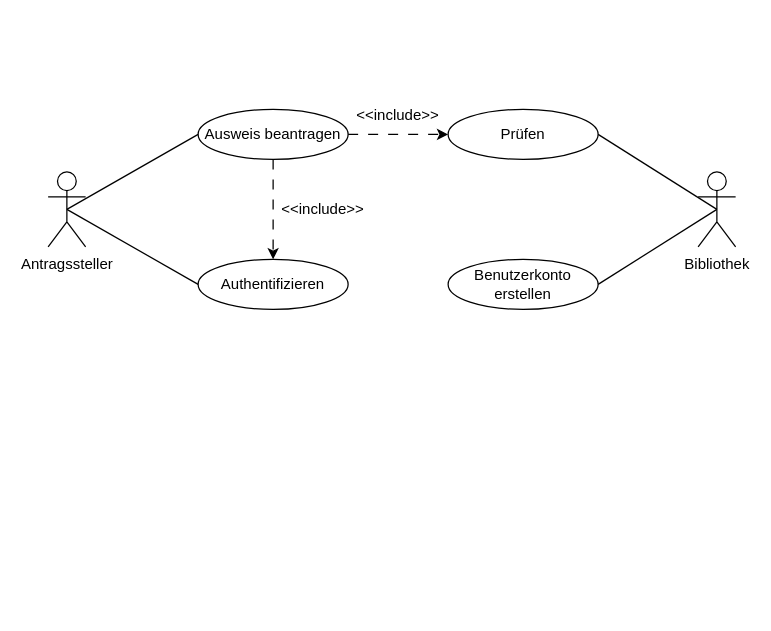
The draw.io diagram UseCaseDiagram.drawio in isjxn/drawio, before the edit. Source tidied: cells renumbered, new cells numbered last; positions are measured from the earlier drawing's top-left corner, leaving out a move shared by most shapes. Both pictures are drawn from the tidied source at 125%, with x=0, y=0 at pixel (48, 96).
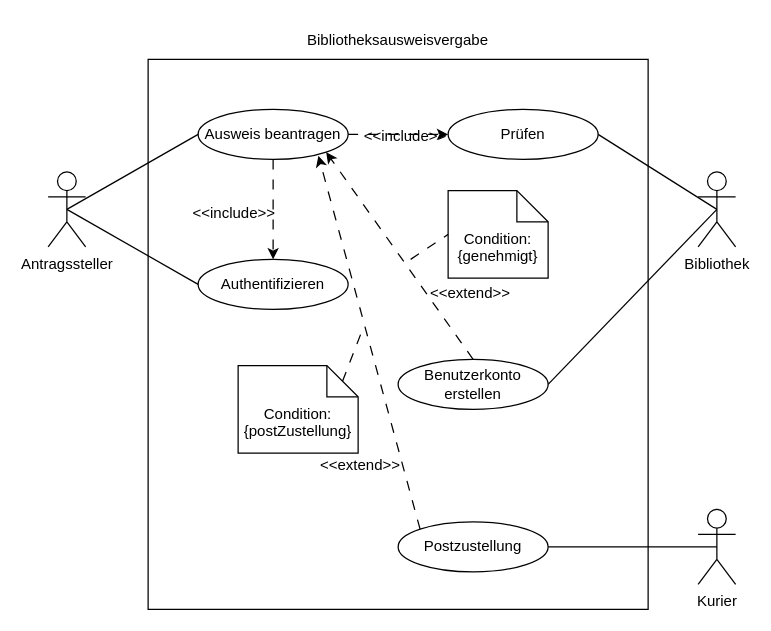
The same diagram, later.

Unchanged cells that the change refers to:
```xml
<mxCell id="3" value="Ausweis beantragen" style="ellipse;whiteSpace=wrap;html=1;" parent="1" vertex="1">
  <mxGeometry x="120" y="10" width="120" height="40" as="geometry" />
</mxCell>
```

Diff of the diagram source:
```diff
@@
+    <mxCell id="16" style="rounded=0;whiteSpace=wrap;html=1;fillColor=default;" parent="1" vertex="1">
+      <mxGeometry x="80" y="-30" width="400" height="440" as="geometry" />
+    </mxCell>
@@
     <mxCell id="8" value="&amp;lt;&amp;lt;include&amp;gt;&amp;gt;" style="text;html=1;align=center;verticalAlign=middle;whiteSpace=wrap;rounded=0;" parent="1" vertex="1">
-      <mxGeometry x="190" y="75" width="60" height="30" as="geometry" />
+      <mxGeometry x="119" y="78" width="60" height="30" as="geometry" />
     </mxCell>
@@
-    <mxCell id="11" value="&amp;lt;&amp;lt;include&amp;gt;&amp;gt;" style="text;html=1;align=center;verticalAlign=middle;whiteSpace=wrap;rounded=0;" parent="1" vertex="1">
-      <mxGeometry x="250" width="60" height="30" as="geometry" />
+    <mxCell id="11" value="Bibliotheksausweisvergabe" style="text;html=1;align=center;verticalAlign=middle;whiteSpace=wrap;rounded=0;" parent="1" vertex="1">
+      <mxGeometry x="80" y="-60" width="400" height="30" as="geometry" />
     </mxCell>
@@
     <mxCell id="14" value="Benutzerkonto erstellen" style="ellipse;whiteSpace=wrap;html=1;" parent="1" vertex="1">
-      <mxGeometry x="320" y="130" width="120" height="40" as="geometry" />
+      <mxGeometry x="280" y="210" width="120" height="40" as="geometry" />
     </mxCell>
@@
+    <mxCell id="17" style="endArrow=classic;html=1;rounded=0;exitX=0.5;exitY=0;exitDx=0;exitDy=0;entryX=1;entryY=1;entryDx=0;entryDy=0;dashed=1;dashPattern=8 8;" parent="1" edge="1" source="14" target="3">
+      <mxGeometry relative="1" as="geometry" />
+    </mxCell>
+    <mxCell id="18" value="&amp;lt;&amp;lt;extend&amp;gt;&amp;gt;" style="text;html=1;align=center;verticalAlign=middle;whiteSpace=wrap;rounded=0;" parent="1" vertex="1">
+      <mxGeometry x="308" y="142" width="60" height="30" as="geometry" />
+    </mxCell>
+    <mxCell id="19" value="Condition:{genehmigt}" style="shape=note2;boundedLbl=1;whiteSpace=wrap;html=1;size=25;verticalAlign=top;align=center;" parent="1" vertex="1">
+      <mxGeometry x="320" y="75" width="80" height="70" as="geometry" />
+    </mxCell>
+    <mxCell id="20" style="endArrow=classic;html=1;rounded=0;exitX=0;exitY=1;exitDx=0;exitDy=0;dashed=1;dashPattern=8 8;exitPerimeter=0;strokeColor=none;" parent="1" edge="1" source="19">
+      <mxGeometry relative="1" as="geometry">
+        <mxPoint x="300" y="150" as="targetPoint" />
+      </mxGeometry>
+    </mxCell>
+    <mxCell id="21" style="endArrow=none;dashed=1;html=1;rounded=0;entryX=0;entryY=0.5;entryDx=0;entryDy=0;entryPerimeter=0;dashPattern=8 8;" parent="1" edge="1" target="19">
+      <mxGeometry relative="1" as="geometry">
+        <mxPoint x="290" y="130" as="sourcePoint" />
+      </mxGeometry>
+    </mxCell>
+    <mxCell id="22" value="Kurier" style="shape=umlActor;verticalLabelPosition=bottom;verticalAlign=top;html=1;outlineConnect=0;" parent="1" vertex="1">
+      <mxGeometry x="520" y="330" width="30" height="60" as="geometry" />
+    </mxCell>
+    <mxCell id="23" value="Postzustellung" style="ellipse;whiteSpace=wrap;html=1;" parent="1" vertex="1">
+      <mxGeometry x="280" y="340" width="120" height="40" as="geometry" />
+    </mxCell>
+    <mxCell id="24" style="endArrow=none;html=1;rounded=0;entryX=1;entryY=0.5;entryDx=0;entryDy=0;exitX=0.5;exitY=0.5;exitDx=0;exitDy=0;exitPerimeter=0;" parent="1" edge="1" source="22" target="23">
+      <mxGeometry relative="1" as="geometry" />
+    </mxCell>
+    <mxCell id="25" style="endArrow=classic;html=1;rounded=0;exitX=0;exitY=0;exitDx=0;exitDy=0;dashed=1;dashPattern=8 8;entryX=0.802;entryY=0.927;entryDx=0;entryDy=0;entryPerimeter=0;" parent="1" edge="1" source="23" target="3">
+      <mxGeometry relative="1" as="geometry" />
+    </mxCell>
+    <mxCell id="26" value="&amp;lt;&amp;lt;extend&amp;gt;&amp;gt;" style="text;html=1;align=center;verticalAlign=middle;whiteSpace=wrap;rounded=0;" parent="1" vertex="1">
+      <mxGeometry x="220" y="280" width="60" height="30" as="geometry" />
+    </mxCell>
+    <mxCell id="27" value="Condition:{postZustellung}" style="shape=note2;boundedLbl=1;whiteSpace=wrap;html=1;size=25;verticalAlign=top;align=center;" parent="1" vertex="1">
+      <mxGeometry x="152" y="215" width="96" height="70" as="geometry" />
+    </mxCell>
+    <mxCell id="28" style="endArrow=none;dashed=1;html=1;rounded=0;dashPattern=8 8;exitX=0;exitY=0;exitDx=83.5;exitDy=12.5;exitPerimeter=0;" parent="1" edge="1" source="27">
+      <mxGeometry relative="1" as="geometry">
+        <mxPoint x="250" y="190" as="targetPoint" />
+      </mxGeometry>
+    </mxCell>
+    <mxCell id="29" value="&amp;lt;&amp;lt;include&amp;gt;&amp;gt;" style="text;html=1;align=center;verticalAlign=middle;whiteSpace=wrap;rounded=0;" parent="1" vertex="1">
+      <mxGeometry x="256" y="17" width="60" height="30" as="geometry" />
+    </mxCell>
```
